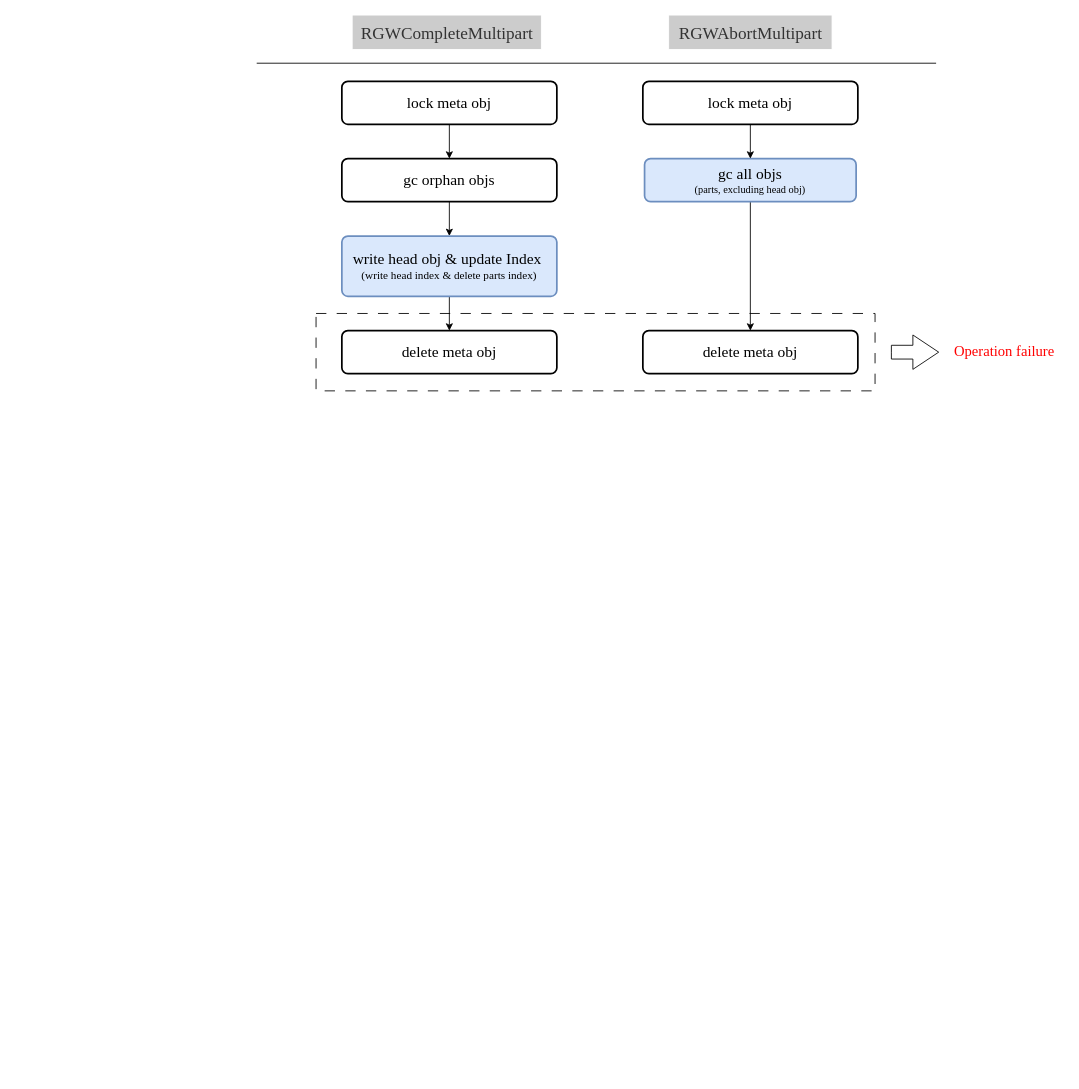
Earlier version of the draw.io diagram MultiUpload.drawio (1253757553/drawIO). Source tidied: cells renumbered, new cells numbered last; positions are measured from the earlier drawing's top-left corner, leaving out a move shared by most shapes. Both pictures are drawn from the tidied source at 86%, with x=0, y=0 at pixel (256, 15).
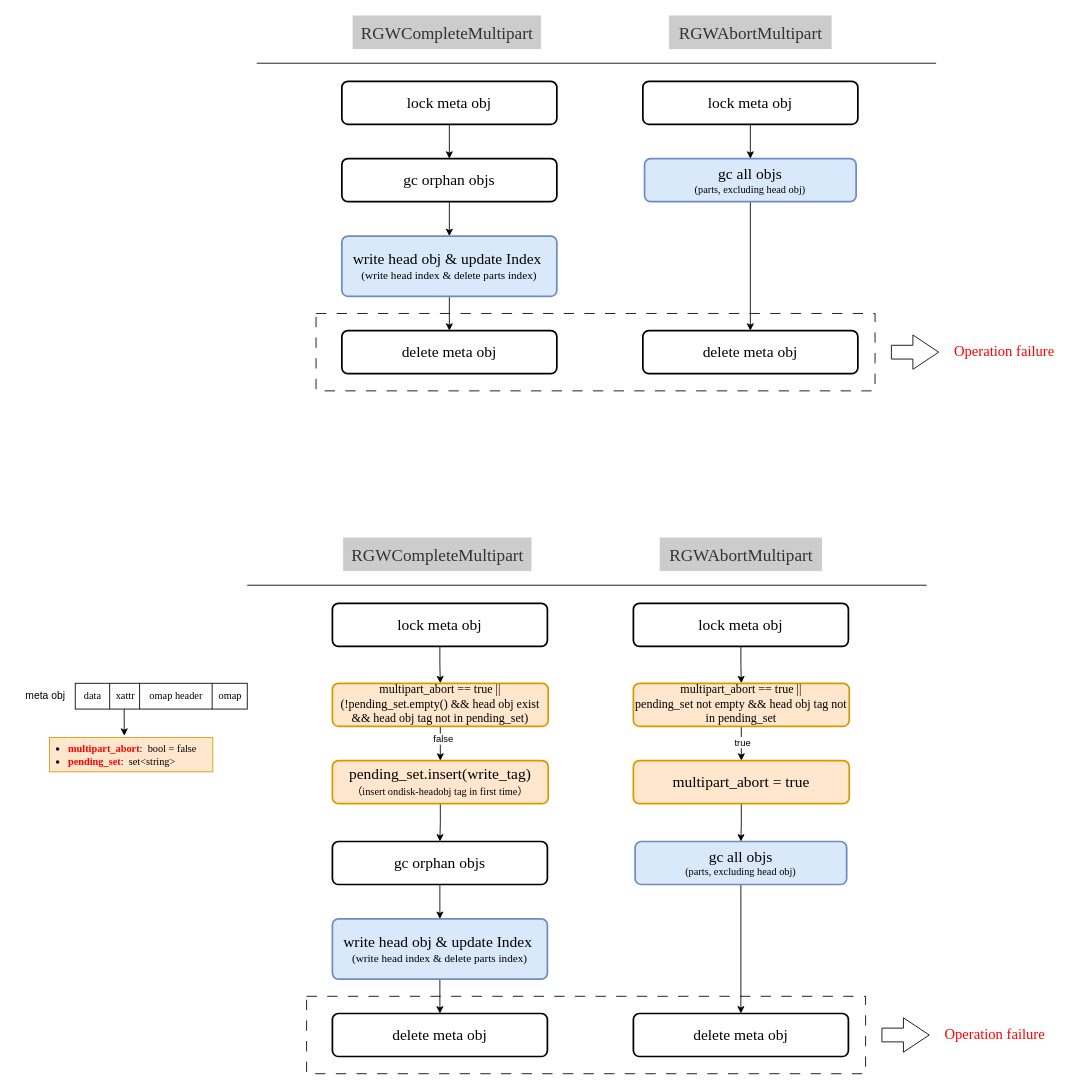
Above is the later version.

The edit, as a diff of the source:
```diff
@@
+    <mxCell id="21" style="group;" parent="1" vertex="1">
+      <mxGeometry x="-11" y="607" width="939" height="437" as="geometry" />
+    </mxCell>
+    <mxCell id="22" style="rounded=0;whiteSpace=wrap;html=1;dashed=1;dashPattern=12 12;" parent="21" vertex="1">
+      <mxGeometry x="69" y="534" width="650" height="90" as="geometry" />
+    </mxCell>
+    <mxCell id="23" style="edgeStyle=orthogonalEdgeStyle;rounded=0;jettySize=auto;html=1;" parent="21" edge="1" source="24" target="30">
+      <mxGeometry relative="1" as="geometry" />
+    </mxCell>
+    <mxCell id="24" value="&lt;font style=&quot;font-size: 18px;&quot; face=&quot;Times New Roman&quot;&gt;gc orphan objs&lt;/font&gt;" style="rounded=1;whiteSpace=wrap;html=1;absoluteArcSize=1;arcSize=14;strokeWidth=2;" parent="21" vertex="1">
+      <mxGeometry x="99" y="354" width="250" height="50" as="geometry" />
+    </mxCell>
+    <mxCell id="25" style="edgeStyle=orthogonalEdgeStyle;rounded=0;jettySize=auto;html=1;entryX=0.5;entryY=0;entryDx=0;entryDy=0;" parent="21" edge="1" source="26" target="34">
+      <mxGeometry relative="1" as="geometry" />
+    </mxCell>
+    <mxCell id="26" value="&lt;font style=&quot;font-size: 18px;&quot; face=&quot;Times New Roman&quot;&gt;gc all objs&lt;/font&gt;&lt;div&gt;&lt;font face=&quot;Times New Roman&quot;&gt;(parts, excluding head obj)&lt;/font&gt;&lt;/div&gt;" style="rounded=1;whiteSpace=wrap;html=1;absoluteArcSize=1;arcSize=14;strokeWidth=2;fillColor=#dae8fc;strokeColor=#6c8ebf;" parent="21" vertex="1">
+      <mxGeometry x="451" y="354" width="246" height="50" as="geometry" />
+    </mxCell>
+    <mxCell id="27" style="edgeStyle=orthogonalEdgeStyle;rounded=0;jettySize=auto;html=1;" parent="21" edge="1" source="28" target="42">
+      <mxGeometry relative="1" as="geometry" />
+    </mxCell>
+    <mxCell id="28" value="&lt;span style=&quot;font-family: &amp;quot;Times New Roman&amp;quot;; font-size: 18px;&quot;&gt;lock meta obj&lt;/span&gt;" style="rounded=1;whiteSpace=wrap;html=1;absoluteArcSize=1;arcSize=14;strokeWidth=2;" parent="21" vertex="1">
+      <mxGeometry x="99" y="77" width="250" height="50" as="geometry" />
+    </mxCell>
+    <mxCell id="29" style="edgeStyle=orthogonalEdgeStyle;rounded=0;jettySize=auto;html=1;" parent="21" edge="1" source="30" target="31">
+      <mxGeometry relative="1" as="geometry" />
+    </mxCell>
+    <mxCell id="30" value="&lt;font face=&quot;Times New Roman&quot;&gt;&lt;span style=&quot;font-size: 18px;&quot;&gt;write head obj &amp;amp; update Index&amp;nbsp;&lt;/span&gt;&lt;/font&gt;&lt;div&gt;&lt;font style=&quot;font-size: 13px;&quot; face=&quot;Times New Roman&quot;&gt;(write head index &amp;amp; delete parts index)&lt;/font&gt;&lt;/div&gt;" style="rounded=1;whiteSpace=wrap;html=1;absoluteArcSize=1;arcSize=14;strokeWidth=2;fillColor=#dae8fc;strokeColor=#6c8ebf;" parent="21" vertex="1">
+      <mxGeometry x="99" y="444" width="250" height="70" as="geometry" />
+    </mxCell>
+    <mxCell id="31" value="&lt;font face=&quot;Times New Roman&quot;&gt;&lt;span style=&quot;font-size: 18px;&quot;&gt;delete meta obj&lt;/span&gt;&lt;/font&gt;" style="rounded=1;whiteSpace=wrap;html=1;absoluteArcSize=1;arcSize=14;strokeWidth=2;" parent="21" vertex="1">
+      <mxGeometry x="99" y="554" width="250" height="50" as="geometry" />
+    </mxCell>
+    <mxCell id="32" style="edgeStyle=orthogonalEdgeStyle;rounded=0;jettySize=auto;html=1;" parent="21" edge="1" source="33" target="47">
+      <mxGeometry relative="1" as="geometry" />
+    </mxCell>
+    <mxCell id="33" value="&lt;span style=&quot;font-family: &amp;quot;Times New Roman&amp;quot;; font-size: 18px;&quot;&gt;lock meta obj&lt;/span&gt;" style="rounded=1;whiteSpace=wrap;html=1;absoluteArcSize=1;arcSize=14;strokeWidth=2;" parent="21" vertex="1">
+      <mxGeometry x="449" y="77" width="250" height="50" as="geometry" />
+    </mxCell>
+    <mxCell id="34" value="&lt;font face=&quot;Times New Roman&quot;&gt;&lt;span style=&quot;font-size: 18px;&quot;&gt;delete meta obj&lt;/span&gt;&lt;/font&gt;" style="rounded=1;whiteSpace=wrap;html=1;absoluteArcSize=1;arcSize=14;strokeWidth=2;" parent="21" vertex="1">
+      <mxGeometry x="449" y="554" width="250" height="50" as="geometry" />
+    </mxCell>
+    <mxCell id="35" value="&lt;font style=&quot;font-size: 17px; color: rgb(255, 0, 0);&quot; face=&quot;Times New Roman&quot;&gt;Operation failure&lt;/font&gt;" style="text;html=1;align=center;verticalAlign=middle;strokeColor=none;fillColor=none;" parent="21" vertex="1">
+      <mxGeometry x="799" y="564" width="140" height="30" as="geometry" />
+    </mxCell>
+    <mxCell id="36" style="html=1;shadow=0;dashed=0;align=center;verticalAlign=middle;shape=mxgraph.arrows2.arrow;dy=0.6;dx=30;notch=0;" parent="21" vertex="1">
+      <mxGeometry x="738" y="559" width="55" height="40" as="geometry" />
+    </mxCell>
+    <mxCell id="37" style="endArrow=none;html=1;rounded=0;" parent="21" edge="1">
+      <mxGeometry relative="1" as="geometry">
+        <mxPoint y="56" as="sourcePoint" />
+        <mxPoint x="790" y="56" as="targetPoint" />
+      </mxGeometry>
+    </mxCell>
+    <mxCell id="38" value="RGWCompleteMultipart" style="text;html=1;align=center;verticalAlign=middle;strokeColor=#FFFFFF;fillColor=#CCCCCC;fontFamily=Times New Roman;fontSize=20;fontColor=#333333;" parent="21" vertex="1">
+      <mxGeometry x="111" width="220" height="40" as="geometry" />
+    </mxCell>
+    <mxCell id="39" value="RGWAbortMultipart" style="text;html=1;align=center;verticalAlign=middle;strokeColor=#FFFFFF;fillColor=#CCCCCC;fontFamily=Times New Roman;fontSize=20;fontColor=#333333;" parent="21" vertex="1">
+      <mxGeometry x="479" width="190" height="40" as="geometry" />
+    </mxCell>
+    <mxCell id="40" style="edgeStyle=orthogonalEdgeStyle;rounded=0;jettySize=auto;html=1;" parent="21" edge="1" source="42" target="44">
+      <mxGeometry relative="1" as="geometry" />
+    </mxCell>
+    <mxCell id="41" value="false" style="edgeLabel;html=1;align=center;verticalAlign=middle;" parent="40" vertex="1">
+      <mxGeometry x="-0.3" y="3" relative="1" as="geometry" />
+    </mxCell>
+    <mxCell id="42" value="multipart_abort == true || (!pending_set.empty() &amp;amp;&amp;amp; head obj exist &amp;amp;&amp;amp; head obj tag not in pending_set)" style="rounded=1;whiteSpace=wrap;html=1;absoluteArcSize=1;arcSize=14;strokeWidth=2;fontFamily=Times New Roman;fontSize=14;fillColor=#ffe6cc;strokeColor=#d79b00;" parent="21" vertex="1">
+      <mxGeometry x="99" y="170" width="251" height="50" as="geometry" />
+    </mxCell>
+    <mxCell id="43" style="edgeStyle=orthogonalEdgeStyle;rounded=0;jettySize=auto;html=1;" parent="21" edge="1" source="44" target="24">
+      <mxGeometry relative="1" as="geometry" />
+    </mxCell>
+    <mxCell id="44" value="&lt;font style=&quot;font-size: 18px;&quot;&gt;pending_set.insert(write_tag)&lt;/font&gt;&lt;div&gt;&lt;font style=&quot;font-size: 12px;&quot;&gt;（insert ondisk-headobj tag in first time）&lt;/font&gt;&lt;/div&gt;" style="rounded=1;whiteSpace=wrap;html=1;absoluteArcSize=1;arcSize=14;strokeWidth=2;fontFamily=Times New Roman;fontSize=14;fillColor=#ffe6cc;strokeColor=#d79b00;" parent="21" vertex="1">
+      <mxGeometry x="99" y="260" width="251" height="50" as="geometry" />
+    </mxCell>
+    <mxCell id="45" style="edgeStyle=orthogonalEdgeStyle;rounded=0;jettySize=auto;html=1;" parent="21" edge="1" source="47" target="49">
+      <mxGeometry relative="1" as="geometry" />
+    </mxCell>
+    <mxCell id="46" value="true" style="edgeLabel;html=1;align=center;verticalAlign=middle;" parent="45" vertex="1">
+      <mxGeometry x="-0.1" y="1" relative="1" as="geometry" />
+    </mxCell>
+    <mxCell id="47" value="&lt;div&gt;multipart_abort == true ||&lt;span style=&quot;background-color: transparent; color: light-dark(rgb(0, 0, 0), rgb(255, 255, 255));&quot;&gt;&lt;/span&gt;&lt;/div&gt;&lt;div&gt;&lt;span style=&quot;background-color: transparent; color: light-dark(rgb(0, 0, 0), rgb(255, 255, 255));&quot;&gt;pending_set not empty &amp;amp;&amp;amp; head obj tag not in pending_set&lt;/span&gt;&lt;/div&gt;" style="rounded=1;whiteSpace=wrap;html=1;absoluteArcSize=1;arcSize=14;strokeWidth=2;fontFamily=Times New Roman;fontSize=14;fillColor=#ffe6cc;strokeColor=#d79b00;" parent="21" vertex="1">
+      <mxGeometry x="449" y="170" width="251" height="50" as="geometry" />
+    </mxCell>
+    <mxCell id="48" style="edgeStyle=orthogonalEdgeStyle;rounded=0;jettySize=auto;html=1;" parent="21" edge="1" source="49" target="26">
+      <mxGeometry relative="1" as="geometry" />
+    </mxCell>
+    <mxCell id="49" value="&lt;font style=&quot;font-size: 18px;&quot;&gt;multipart_abort = true&lt;/font&gt;" style="rounded=1;whiteSpace=wrap;html=1;absoluteArcSize=1;arcSize=14;strokeWidth=2;fontFamily=Times New Roman;fontSize=14;fillColor=#ffe6cc;strokeColor=#d79b00;" parent="21" vertex="1">
+      <mxGeometry x="449" y="260" width="251" height="50" as="geometry" />
+    </mxCell>
+    <mxCell id="50" style="group;" parent="1" vertex="1">
+      <mxGeometry x="-211" y="777" width="205" height="30" as="geometry" />
+    </mxCell>
+    <mxCell id="51" style="rounded=0;whiteSpace=wrap;html=1;fontFamily=Times New Roman;" parent="50" vertex="1">
+      <mxGeometry width="200" height="30" as="geometry" />
+    </mxCell>
+    <mxCell id="52" style="endArrow=none;html=1;rounded=0;fontFamily=Times New Roman;" parent="50" edge="1">
+      <mxGeometry relative="1" as="geometry">
+        <mxPoint x="40" y="30" as="sourcePoint" />
+        <mxPoint x="40" as="targetPoint" />
+      </mxGeometry>
+    </mxCell>
+    <mxCell id="53" style="endArrow=none;html=1;rounded=0;fontFamily=Times New Roman;" parent="50" edge="1">
+      <mxGeometry relative="1" as="geometry">
+        <mxPoint x="74.8" y="30" as="sourcePoint" />
+        <mxPoint x="74.8" as="targetPoint" />
+      </mxGeometry>
+    </mxCell>
+    <mxCell id="54" style="endArrow=none;html=1;rounded=0;fontFamily=Times New Roman;" parent="50" edge="1">
+      <mxGeometry relative="1" as="geometry">
+        <mxPoint x="159.2" y="30" as="sourcePoint" />
+        <mxPoint x="159.2" as="targetPoint" />
+      </mxGeometry>
+    </mxCell>
+    <mxCell id="55" value="data" style="text;html=1;align=center;verticalAlign=middle;strokeColor=none;fillColor=none;fontFamily=Times New Roman;" parent="50" vertex="1">
+      <mxGeometry width="40" height="30" as="geometry" />
+    </mxCell>
+    <mxCell id="56" value="xattr" style="text;html=1;align=center;verticalAlign=middle;strokeColor=none;fillColor=none;fontFamily=Times New Roman;" parent="50" vertex="1">
+      <mxGeometry x="33" width="50" height="30" as="geometry" />
+    </mxCell>
+    <mxCell id="57" value="omap header" style="text;html=1;align=center;verticalAlign=middle;strokeColor=none;fillColor=none;fontFamily=Times New Roman;" parent="50" vertex="1">
+      <mxGeometry x="72" width="90" height="30" as="geometry" />
+    </mxCell>
+    <mxCell id="58" value="omap" style="text;html=1;align=center;verticalAlign=middle;strokeColor=none;fillColor=none;fontFamily=Times New Roman;" parent="50" vertex="1">
+      <mxGeometry x="155" width="50" height="30" as="geometry" />
+    </mxCell>
+    <mxCell id="59" value="meta obj" style="text;html=1;align=center;verticalAlign=middle;strokeColor=none;fillColor=none;" parent="1" vertex="1">
+      <mxGeometry x="-281" y="777" width="70" height="30" as="geometry" />
+    </mxCell>
+    <mxCell id="60" style="endArrow=classic;html=1;rounded=0;exitX=0.478;exitY=0.974;exitDx=0;exitDy=0;exitPerimeter=0;" parent="1" edge="1">
+      <mxGeometry relative="1" as="geometry">
+        <mxPoint x="-154.1" y="807.2" as="sourcePoint" />
+        <mxPoint x="-154" y="838" as="targetPoint" />
+      </mxGeometry>
+    </mxCell>
+    <mxCell id="61" value="&lt;ul style=&quot;padding-left: 20px; margin-top: 0px; margin-bottom: 0px;&quot;&gt;&lt;li&gt;&lt;font face=&quot;Times New Roman&quot;&gt;&lt;font style=&quot;color: rgb(255, 0, 0);&quot;&gt;&lt;b&gt;multipart_abort&lt;/b&gt;&lt;/font&gt;:&amp;nbsp; bool = false&lt;/font&gt;&lt;/li&gt;&lt;li&gt;&lt;font face=&quot;Times New Roman&quot;&gt;&lt;b&gt;&lt;font style=&quot;color: rgb(255, 0, 0);&quot;&gt;pending_set&lt;/font&gt;&lt;/b&gt;:&amp;nbsp; set&amp;lt;string&amp;gt;&lt;/font&gt;&lt;/li&gt;&lt;/ul&gt;" style="text;html=1;align=left;verticalAlign=middle;strokeColor=#d79b00;fillColor=#ffe6cc;" parent="1" vertex="1">
+      <mxGeometry x="-241" y="840" width="190" height="40" as="geometry" />
+    </mxCell>
```
